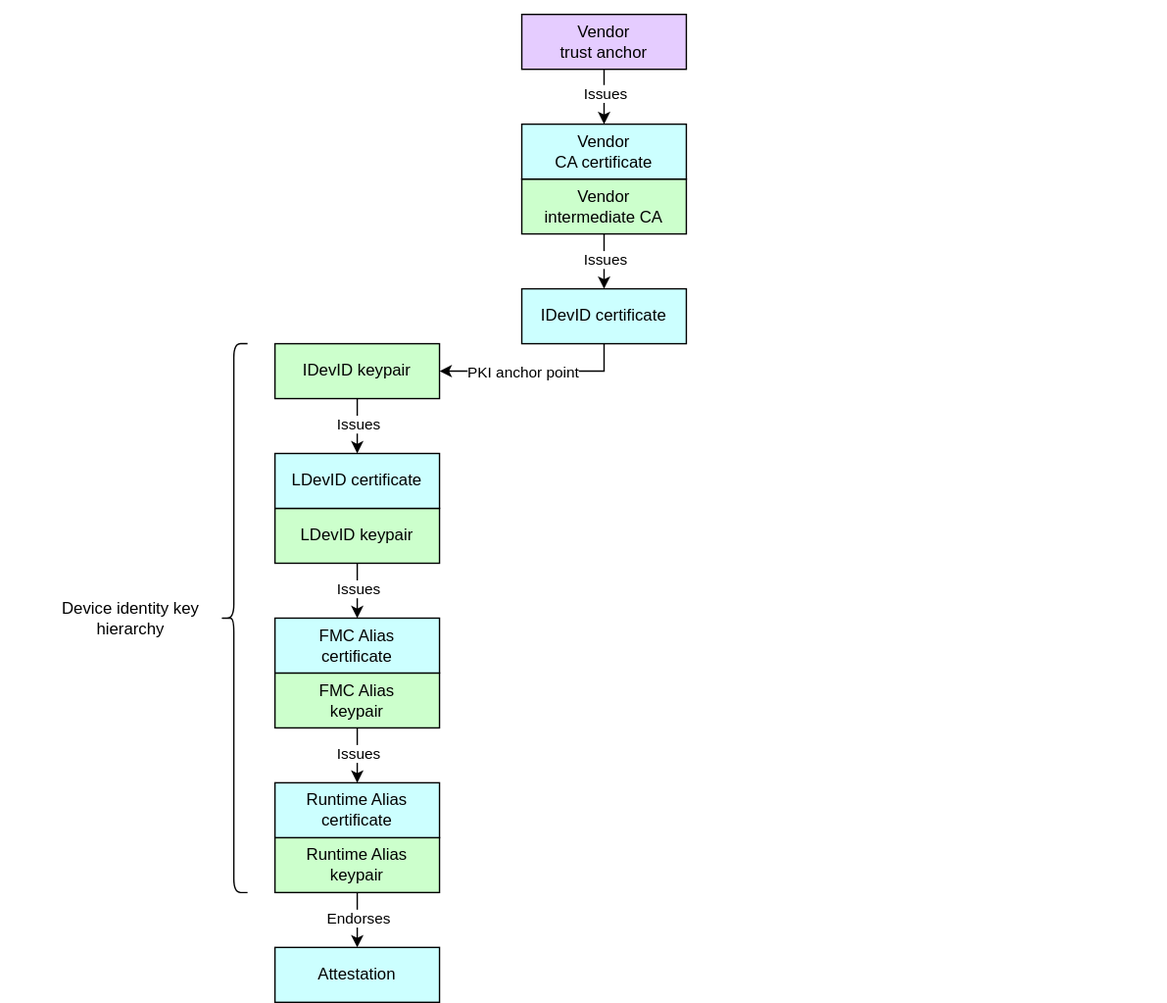
Above: specifications/device-trust-anchor-management/diagrams/device_cert_hierarchy.drawio.svg in opencomputeproject/Security (draw.io), before the change. Source tidied: cells renumbered, new cells last; positions are measured from the earlier drawing's top-left corner, leaving out a move shared by most shapes.
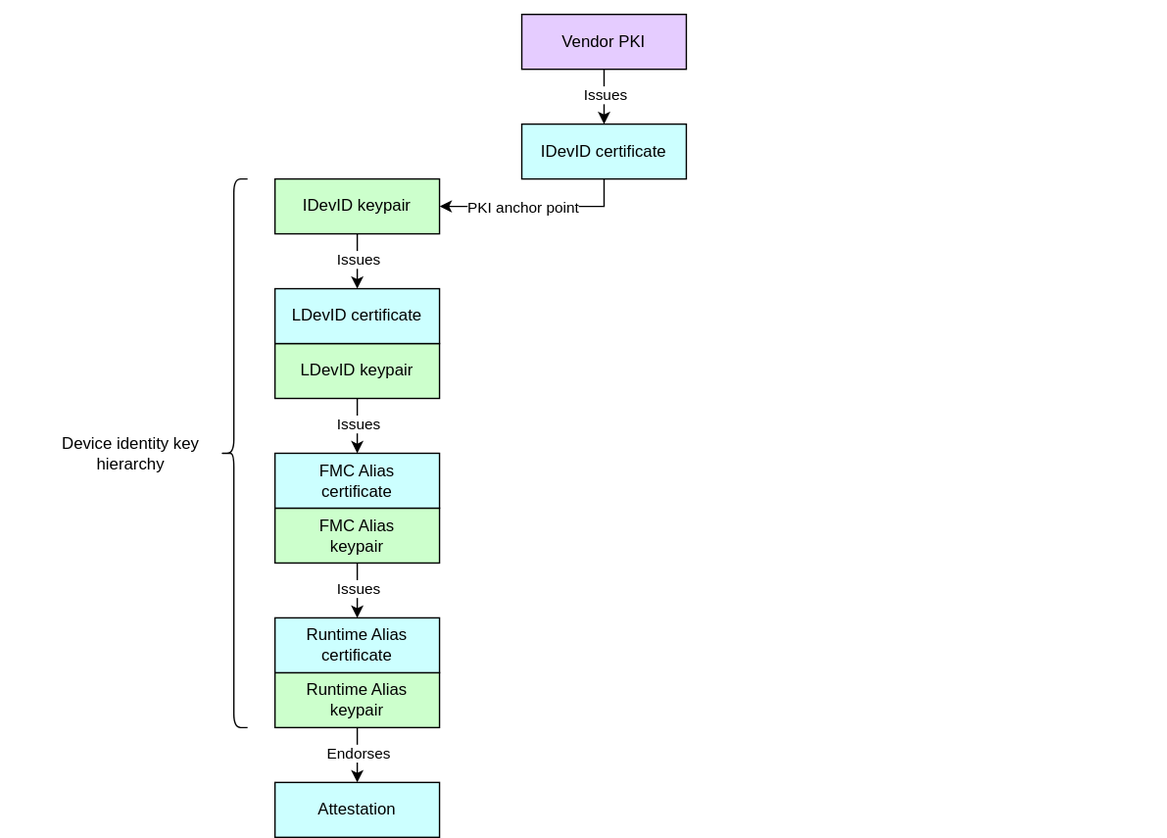
Above is the later version.

Commit message:
Incorporate feedback on Device Identity Provisioning spec. (#31)

What changed in the source:
```diff
@@ -59,7 +59,7 @@
       <mxGeometry x="200" y="690" width="120" height="40" as="geometry" />
     </mxCell>
     <mxCell id="18" style="rounded=0;whiteSpace=wrap;html=1;align=center;verticalAlign=middle;shadow=0;glass=0;spacingLeft=0;spacingBottom=0;spacingTop=0;fillColor=#FFFFFF;fontSize=10;strokeColor=#FFFFFF;" parent="1" vertex="1">
-      <mxGeometry width="90" height="20" as="geometry" />
+      <mxGeometry y="120" width="90" height="20" as="geometry" />
     </mxCell>
     <mxCell id="19" style="edgeStyle=orthogonalEdgeStyle;html=1;exitX=0.5;exitY=1;exitDx=0;exitDy=0;rounded=0;entryX=1;entryY=0.5;entryDx=0;entryDy=0;" parent="1" edge="1" source="21" target="12">
       <mxGeometry relative="1" as="geometry" />
@@ -72,7 +72,7 @@
     <mxCell id="21" value="&lt;div&gt;&lt;font color=&quot;#000000&quot;&gt;IDevID&amp;nbsp;&lt;/font&gt;&lt;span style=&quot;background-color: transparent;&quot;&gt;certificate&lt;/span&gt;&lt;/div&gt;" style="rounded=0;whiteSpace=wrap;html=1;align=center;verticalAlign=middle;shadow=0;glass=0;spacingLeft=0;spacingBottom=0;spacingTop=0;fillColor=#CCFFFF;" parent="1" vertex="1">
       <mxGeometry x="380" y="210" width="120" height="40" as="geometry" />
     </mxCell>
-    <mxCell id="22" style="edgeStyle=none;html=1;exitX=0.5;exitY=1;exitDx=0;exitDy=0;entryX=0.5;entryY=0;entryDx=0;entryDy=0;" parent="1" edge="1" source="24" target="21">
+    <mxCell id="22" style="edgeStyle=none;html=1;exitX=0.5;exitY=1;exitDx=0;exitDy=0;entryX=0.5;entryY=0;entryDx=0;entryDy=0;" parent="1" edge="1" source="28" target="21">
       <mxGeometry relative="1" as="geometry" />
     </mxCell>
     <mxCell id="23" value="Issues" style="edgeLabel;html=1;align=center;verticalAlign=middle;" parent="22" vertex="1">
@@ -80,23 +80,11 @@
         <mxPoint x="1" y="2" as="offset" />
       </mxGeometry>
     </mxCell>
-    <mxCell id="24" value="Vendor&lt;div&gt;intermediate CA&lt;/div&gt;" style="rounded=0;whiteSpace=wrap;html=1;align=center;verticalAlign=middle;shadow=0;glass=0;spacingLeft=0;spacingBottom=0;spacingTop=0;fillColor=#CCFFCC;" parent="1" vertex="1">
-      <mxGeometry x="380" y="130" width="120" height="40" as="geometry" />
-    </mxCell>
-    <mxCell id="25" value="&lt;div&gt;&lt;font color=&quot;#000000&quot;&gt;Vendor&lt;/font&gt;&lt;/div&gt;&lt;div&gt;&lt;font color=&quot;#000000&quot;&gt;CA&amp;nbsp;&lt;/font&gt;&lt;span style=&quot;background-color: transparent;&quot;&gt;certificate&lt;/span&gt;&lt;/div&gt;" style="rounded=0;whiteSpace=wrap;html=1;align=center;verticalAlign=middle;shadow=0;glass=0;spacingLeft=0;spacingBottom=0;spacingTop=0;fillColor=#CCFFFF;" parent="1" vertex="1">
-      <mxGeometry x="380" y="90" width="120" height="40" as="geometry" />
-    </mxCell>
-    <mxCell id="26" style="edgeStyle=none;html=1;exitX=0.5;exitY=1;exitDx=0;exitDy=0;entryX=0.5;entryY=0;entryDx=0;entryDy=0;" parent="1" edge="1" source="28" target="25">
-      <mxGeometry relative="1" as="geometry" />
-    </mxCell>
-    <mxCell id="27" value="Issues" style="edgeLabel;html=1;align=center;verticalAlign=middle;labelBackgroundColor=#FFFFFF;" parent="26" vertex="1">
-      <mxGeometry x="-0.15" relative="1" as="geometry" />
-    </mxCell>
-    <mxCell id="28" value="Vendor&lt;div&gt;trust anchor&lt;/div&gt;" style="rounded=0;whiteSpace=wrap;html=1;align=center;verticalAlign=middle;shadow=0;glass=0;spacingLeft=0;spacingBottom=0;spacingTop=0;fillColor=#E5CCFF;" parent="1" vertex="1">
-      <mxGeometry x="380" y="10" width="120" height="40" as="geometry" />
+    <mxCell id="28" value="Vendor PKI" style="rounded=0;whiteSpace=wrap;html=1;align=center;verticalAlign=middle;shadow=0;glass=0;spacingLeft=0;spacingBottom=0;spacingTop=0;fillColor=#E5CCFF;" parent="1" vertex="1">
+      <mxGeometry x="380" y="130" width="120" height="40" as="geometry" />
     </mxCell>
     <mxCell id="29" style="rounded=0;whiteSpace=wrap;html=1;align=center;verticalAlign=middle;shadow=0;glass=0;spacingLeft=0;spacingBottom=0;spacingTop=0;fillColor=#FFFFFF;fontSize=10;strokeColor=#FFFFFF;" parent="1" vertex="1">
-      <mxGeometry x="760" width="90" height="20" as="geometry" />
+      <mxGeometry x="760" y="120" width="90" height="20" as="geometry" />
     </mxCell>
     <mxCell id="30" style="shape=curlyBracket;whiteSpace=wrap;html=1;rounded=1;labelPosition=left;verticalLabelPosition=middle;align=right;verticalAlign=middle;" parent="1" vertex="1">
       <mxGeometry x="160" y="250" width="20" height="400" as="geometry" />
```
